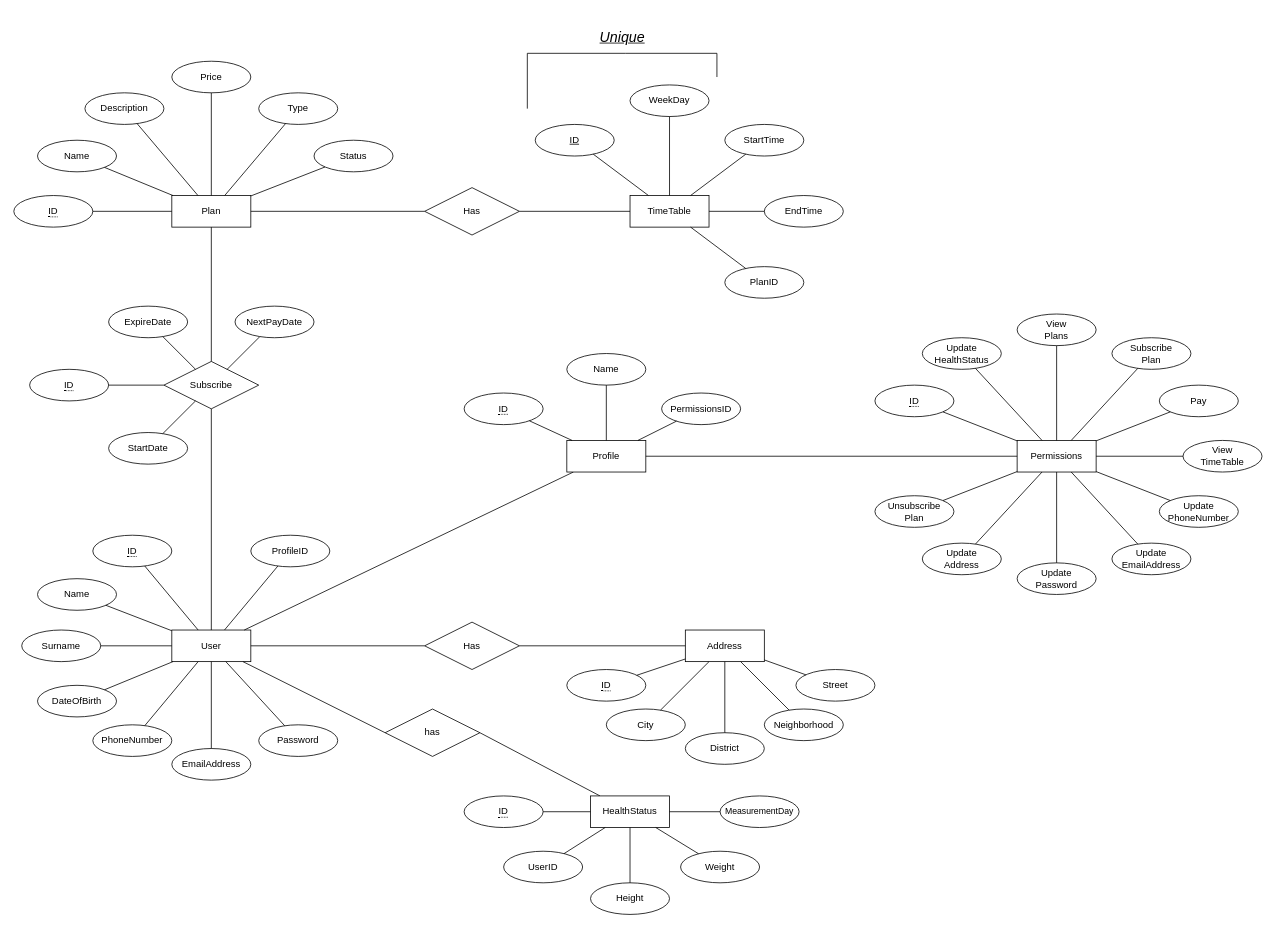
batuhannoz/sports-club-management keeps this draw.io diagram as ER_Diagram.drawio. Above is the earlier version. Source tidied: cells renumbered, new cells numbered last; positions are measured from the earlier drawing's top-left corner, leaving out a move shared by most shapes. Both pictures are drawn from the tidied source at 79%, with x=0, y=0 at pixel (13, 13).
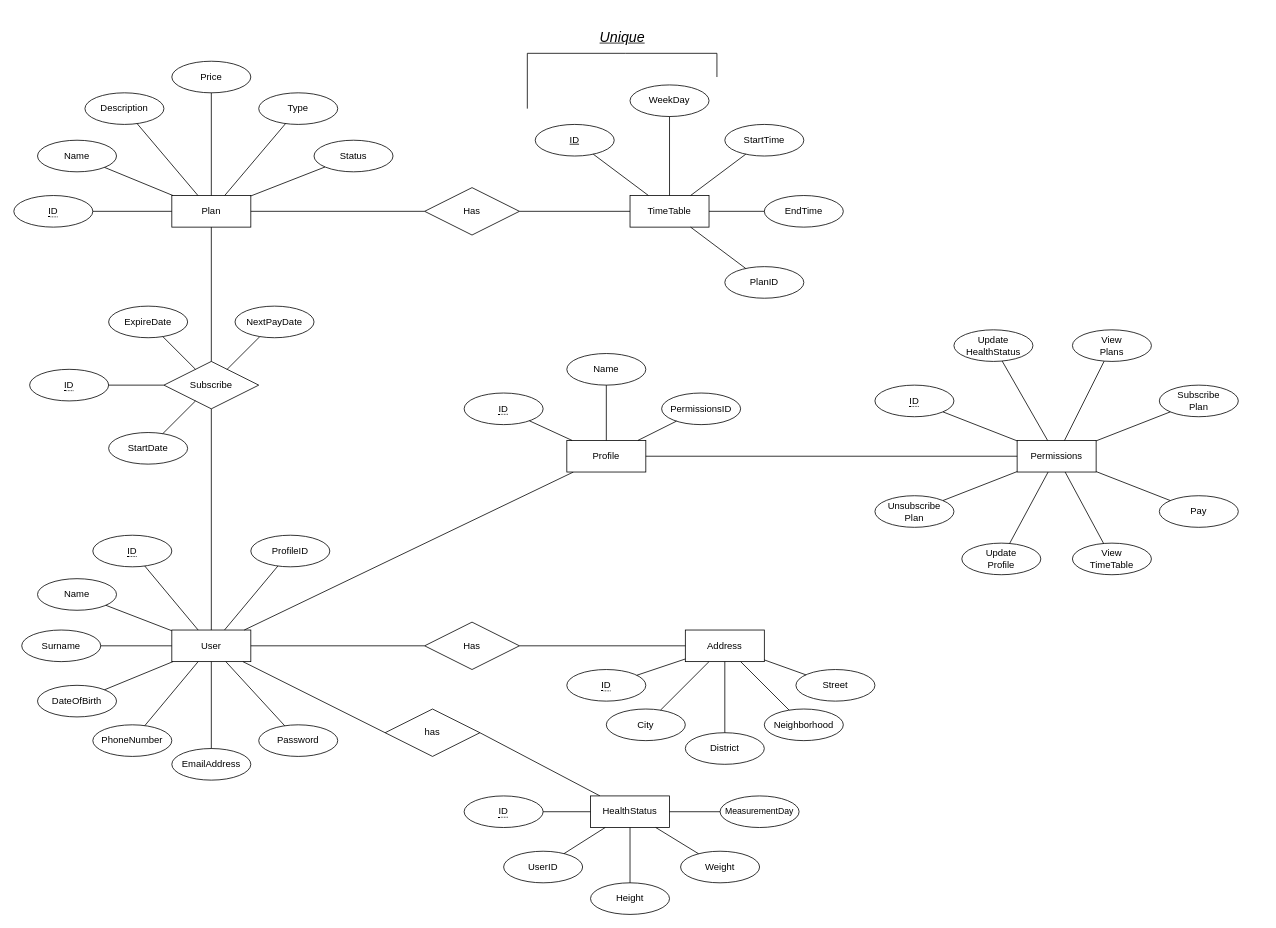
Above is the later version.

Unchanged cells that the change refers to:
```xml
<mxCell id="88" value="Permissions" style="whiteSpace=wrap;html=1;align=center;" parent="1" vertex="1">
  <mxGeometry x="1270" y="540" width="100" height="40" as="geometry" />
</mxCell>
```

Change to the diagram source:
```diff
@@
     <mxCell id="92" value="Update&lt;br&gt;HealthStatus" style="ellipse;whiteSpace=wrap;html=1;align=center;" parent="1" vertex="1">
-      <mxGeometry x="1150" y="410" width="100" height="40" as="geometry" />
+      <mxGeometry x="1190" y="400" width="100" height="40" as="geometry" />
     </mxCell>
@@
     <mxCell id="94" value="View&lt;br&gt;Plans" style="ellipse;whiteSpace=wrap;html=1;align=center;" parent="1" vertex="1">
-      <mxGeometry x="1270" y="380" width="100" height="40" as="geometry" />
+      <mxGeometry x="1340" y="400" width="100" height="40" as="geometry" />
     </mxCell>
@@
     <mxCell id="96" value="Subscribe&lt;br&gt;Plan" style="ellipse;whiteSpace=wrap;html=1;align=center;" parent="1" vertex="1">
-      <mxGeometry x="1390" y="410" width="100" height="40" as="geometry" />
+      <mxGeometry x="1450" y="470" width="100" height="40" as="geometry" />
     </mxCell>
@@
     <mxCell id="98" value="View&lt;br&gt;TimeTable" style="ellipse;whiteSpace=wrap;html=1;align=center;" parent="1" vertex="1">
-      <mxGeometry x="1480" y="540" width="100" height="40" as="geometry" />
+      <mxGeometry x="1340" y="670" width="100" height="40" as="geometry" />
     </mxCell>
@@
     <mxCell id="100" value="Pay" style="ellipse;whiteSpace=wrap;html=1;align=center;" parent="1" vertex="1">
-      <mxGeometry x="1450" y="470" width="100" height="40" as="geometry" />
+      <mxGeometry x="1450" y="610" width="100" height="40" as="geometry" />
     </mxCell>
@@
-    <mxCell id="104" value="Update&lt;br&gt;PhoneNumber" style="ellipse;whiteSpace=wrap;html=1;align=center;" parent="1" vertex="1">
-      <mxGeometry x="1450" y="610" width="100" height="40" as="geometry" />
-    </mxCell>
-    <mxCell id="105" style="endArrow=none;html=1;rounded=0;" parent="1" edge="1" source="104" target="88">
-      <mxGeometry relative="1" as="geometry" />
-    </mxCell>
-    <mxCell id="106" value="Update&lt;br&gt;EmailAddress" style="ellipse;whiteSpace=wrap;html=1;align=center;" parent="1" vertex="1">
-      <mxGeometry x="1390" y="670" width="100" height="40" as="geometry" />
-    </mxCell>
-    <mxCell id="107" style="endArrow=none;html=1;rounded=0;" parent="1" edge="1" source="106" target="88">
-      <mxGeometry relative="1" as="geometry" />
-    </mxCell>
-    <mxCell id="108" value="Update&lt;br&gt;Password" style="ellipse;whiteSpace=wrap;html=1;align=center;" parent="1" vertex="1">
-      <mxGeometry x="1270" y="695" width="100" height="40" as="geometry" />
-    </mxCell>
-    <mxCell id="109" style="endArrow=none;html=1;rounded=0;" parent="1" edge="1" source="108" target="88">
-      <mxGeometry relative="1" as="geometry" />
-    </mxCell>
@@
-    <mxCell id="118" value="Update&lt;br&gt;Address" style="ellipse;whiteSpace=wrap;html=1;align=center;" parent="1" vertex="1">
-      <mxGeometry x="1150" y="670" width="100" height="40" as="geometry" />
+    <mxCell id="118" value="Update&lt;br&gt;Profile" style="ellipse;whiteSpace=wrap;html=1;align=center;" parent="1" vertex="1">
+      <mxGeometry x="1200" y="670" width="100" height="40" as="geometry" />
     </mxCell>
```
